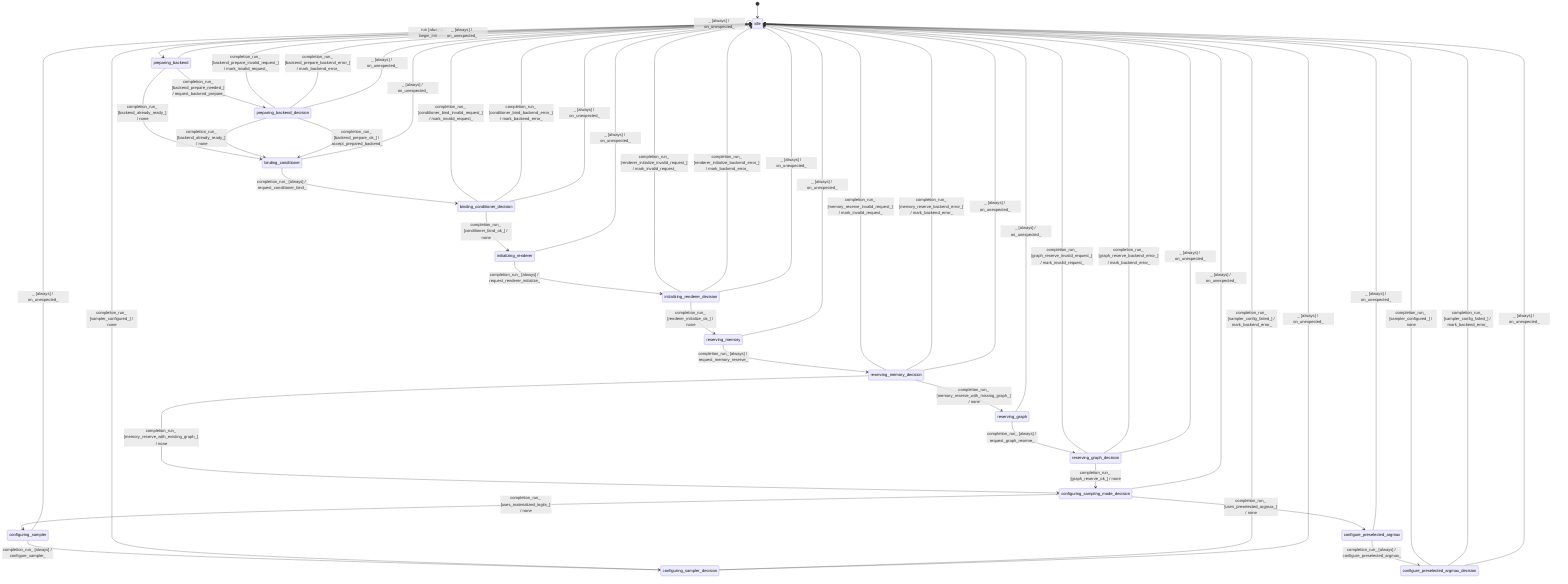
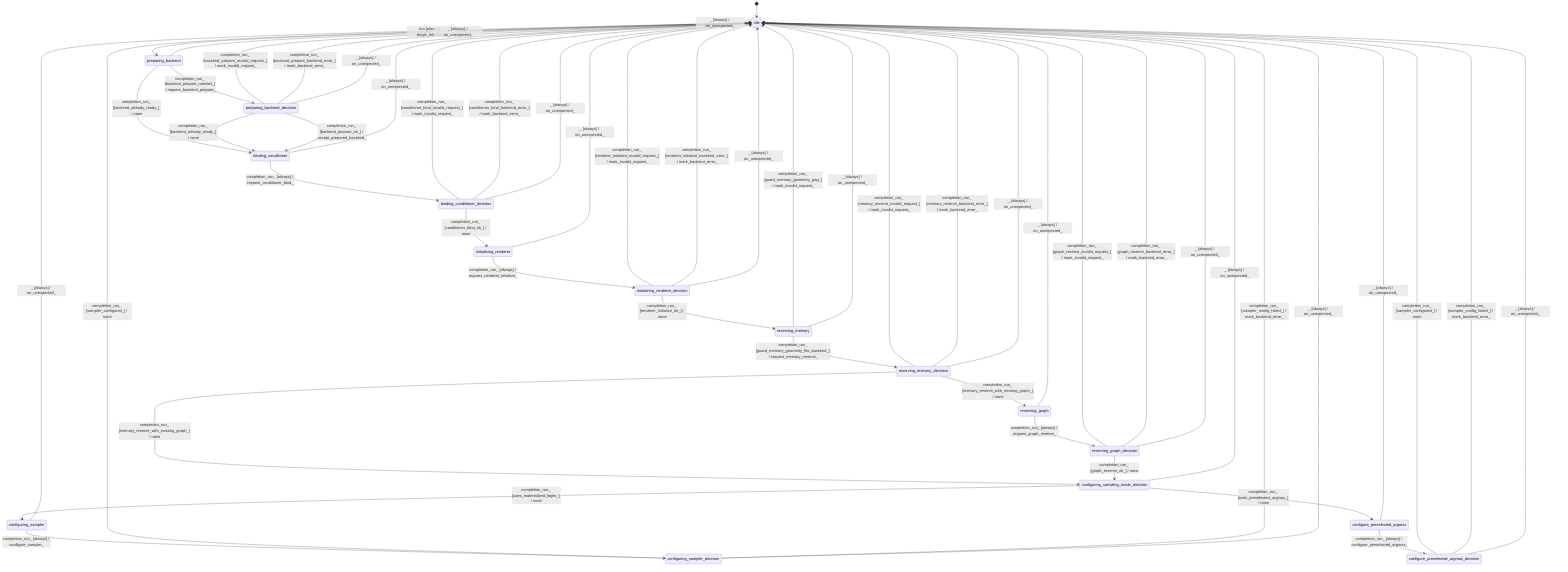
stateDiagram-v2
  direction TB
  [*] --> idle
  idle --> preparing_backend : run [always] / begin_initialize_
  preparing_backend --> binding_conditioner : completion_run_ [backend_already_ready_] / none
  preparing_backend_decision --> binding_conditioner : completion_run_ [backend_already_ready_] / none
  preparing_backend --> preparing_backend_decision : completion_run_ [backend_prepare_needed_] / request_backend_prepare_
  preparing_backend_decision --> binding_conditioner : completion_run_ [backend_prepare_ok_] / accept_prepared_backend_
  preparing_backend_decision --> idle : completion_run_ [backend_prepare_invalid_request_] / mark_invalid_request_
  preparing_backend_decision --> idle : completion_run_ [backend_prepare_backend_error_] / mark_backend_error_
  binding_conditioner --> binding_conditioner_decision : completion_run_ [always] / request_conditioner_bind_
  binding_conditioner_decision --> initializing_renderer : completion_run_ [conditioner_bind_ok_] / none
  binding_conditioner_decision --> idle : completion_run_ [conditioner_bind_invalid_request_] / mark_invalid_request_
  binding_conditioner_decision --> idle : completion_run_ [conditioner_bind_backend_error_] / mark_backend_error_
  initializing_renderer --> initializing_renderer_decision : completion_run_ [always] / request_renderer_initialize_
  initializing_renderer_decision --> reserving_memory : completion_run_ [renderer_initialize_ok_] / none
  initializing_renderer_decision --> idle : completion_run_ [renderer_initialize_invalid_request_] / mark_invalid_request_
  initializing_renderer_decision --> idle : completion_run_ [renderer_initialize_backend_error_] / mark_backend_error_
-   reserving_memory --> reserving_memory_decision : completion_run_ [always] / request_memory_reserve_
+   reserving_memory --> reserving_memory_decision : completion_run_ [guard_memory_geometry_fits_backend_] / request_memory_reserve_
+   reserving_memory --> idle : completion_run_ [guard_memory_geometry_gap_] / mark_invalid_request_
  reserving_memory_decision --> configuring_sampling_mode_decision : completion_run_ [memory_reserve_with_existing_graph_] / none
  reserving_memory_decision --> reserving_graph : completion_run_ [memory_reserve_with_missing_graph_] / none
  reserving_memory_decision --> idle : completion_run_ [memory_reserve_invalid_request_] / mark_invalid_request_
  reserving_memory_decision --> idle : completion_run_ [memory_reserve_backend_error_] / mark_backend_error_
  reserving_graph --> reserving_graph_decision : completion_run_ [always] / request_graph_reserve_
  reserving_graph_decision --> configuring_sampling_mode_decision : completion_run_ [graph_reserve_ok_] / none
  reserving_graph_decision --> idle : completion_run_ [graph_reserve_invalid_request_] / mark_invalid_request_
  reserving_graph_decision --> idle : completion_run_ [graph_reserve_backend_error_] / mark_backend_error_
  configuring_sampling_mode_decision --> configuring_sampler : completion_run_ [uses_materialized_logits_] / none
  configuring_sampling_mode_decision --> configure_preselected_argmax : completion_run_ [uses_preselected_argmax_] / none
  configuring_sampler --> configuring_sampler_decision : completion_run_ [always] / configure_sampler_
  configuring_sampler_decision --> idle : completion_run_ [sampler_configured_] / none
  configuring_sampler_decision --> idle : completion_run_ [sampler_config_failed_] / mark_backend_error_
  configure_preselected_argmax --> configure_preselected_argmax_decision : completion_run_ [always] / configure_preselected_argmax_
  configure_preselected_argmax_decision --> idle : completion_run_ [sampler_configured_] / none
  configure_preselected_argmax_decision --> idle : completion_run_ [sampler_config_failed_] / mark_backend_error_
  idle --> idle : _ [always] / on_unexpected_
  preparing_backend --> idle : _ [always] / on_unexpected_
  preparing_backend_decision --> idle : _ [always] / on_unexpected_
  binding_conditioner --> idle : _ [always] / on_unexpected_
  binding_conditioner_decision --> idle : _ [always] / on_unexpected_
  initializing_renderer --> idle : _ [always] / on_unexpected_
  initializing_renderer_decision --> idle : _ [always] / on_unexpected_
  reserving_memory --> idle : _ [always] / on_unexpected_
  reserving_memory_decision --> idle : _ [always] / on_unexpected_
  reserving_graph --> idle : _ [always] / on_unexpected_
  reserving_graph_decision --> idle : _ [always] / on_unexpected_
  configuring_sampling_mode_decision --> idle : _ [always] / on_unexpected_
  configuring_sampler --> idle : _ [always] / on_unexpected_
  configuring_sampler_decision --> idle : _ [always] / on_unexpected_
  configure_preselected_argmax --> idle : _ [always] / on_unexpected_
  configure_preselected_argmax_decision --> idle : _ [always] / on_unexpected_
